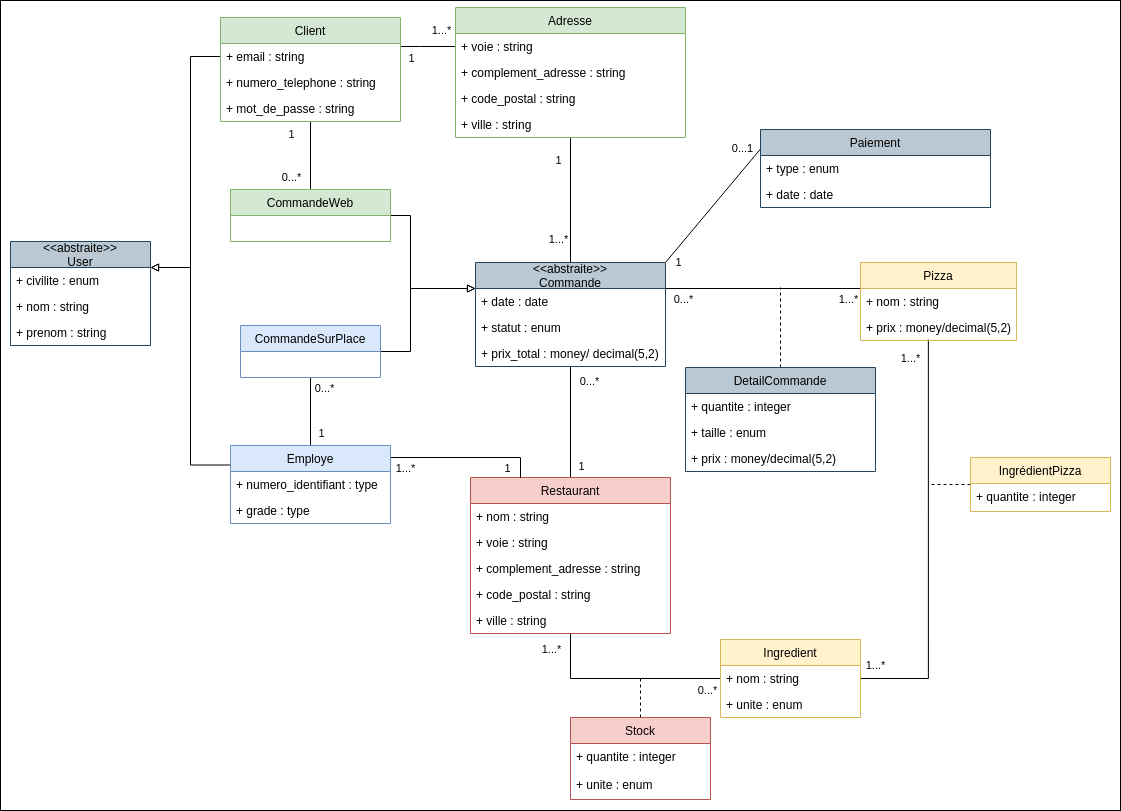
This is P6_classe.png from micktymoon/P6_pelletier_c-line, a draw.io export, as it was before one commit. Source tidied: cells renumbered, new cells last; positions are measured from the earlier drawing's top-left corner, leaving out a move shared by most shapes.
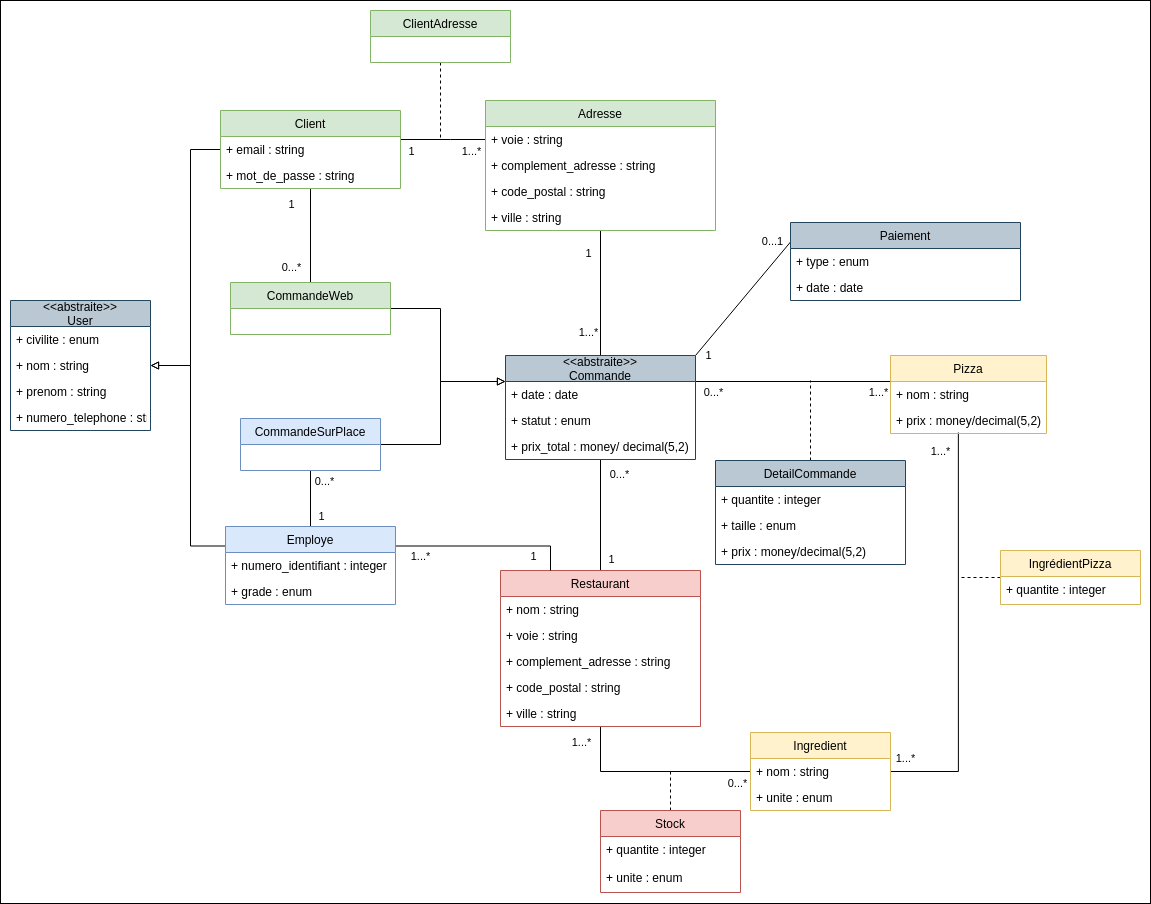
After the commit.

Commit message:
diag classe modifé et MPD fait

The edit, as a diff of the source:
```diff
@@ -3,7 +3,7 @@
     <mxCell id="0" />
     <mxCell id="1" parent="0" />
     <mxCell id="2" style="rounded=0;whiteSpace=wrap;html=1;" parent="1" vertex="1">
-      <mxGeometry width="1120" height="810" as="geometry" />
+      <mxGeometry x="-30" y="-93" width="1150" height="903" as="geometry" />
     </mxCell>
     <mxCell id="3" style="rounded=0;jettySize=auto;html=1;endArrow=none;endFill=0;" parent="1" edge="1" source="65" target="51">
       <mxGeometry relative="1" as="geometry" />
@@ -125,27 +125,25 @@
     </mxCell>
     <mxCell id="27" value="1" style="edgeLabel;html=1;align=center;verticalAlign=middle;" parent="26" vertex="1">
       <mxGeometry x="0.06" relative="1" as="geometry">
-        <mxPoint x="-18" y="11" as="offset" />
+        <mxPoint x="-30.5" y="11" as="offset" />
       </mxGeometry>
     </mxCell>
     <mxCell id="28" value="1...*" style="edgeLabel;html=1;align=center;verticalAlign=middle;" parent="26" vertex="1">
       <mxGeometry y="-2" relative="1" as="geometry">
-        <mxPoint x="14" y="-19" as="offset" />
+        <mxPoint x="32.5" y="9" as="offset" />
       </mxGeometry>
     </mxCell>
-    <mxCell id="29" style="rounded=0;jettySize=auto;html=1;exitX=1;exitY=0.25;exitDx=0;exitDy=0;entryX=0;entryY=0.5;entryDx=0;entryDy=0;endArrow=none;endFill=0;startArrow=block;startFill=0;edgeStyle=orthogonalEdgeStyle;" parent="1" edge="1" source="82" target="49">
+    <mxCell id="29" style="rounded=0;jettySize=auto;html=1;exitX=1;exitY=0.5;exitDx=0;exitDy=0;entryX=0;entryY=0.5;entryDx=0;entryDy=0;endArrow=none;endFill=0;startArrow=block;startFill=0;edgeStyle=elbowEdgeStyle;" parent="1" edge="1" source="84" target="49">
       <mxGeometry relative="1" as="geometry">
         <Array as="points">
-          <mxPoint x="190" y="267" />
-          <mxPoint x="190" y="56" />
+          <mxPoint x="160" y="227" />
         </Array>
       </mxGeometry>
     </mxCell>
-    <mxCell id="30" style="rounded=0;jettySize=auto;html=1;exitX=1;exitY=0.25;exitDx=0;exitDy=0;entryX=0;entryY=0.25;entryDx=0;entryDy=0;startArrow=block;startFill=0;endArrow=none;endFill=0;strokeWidth=1;sourcePerimeterSpacing=0;edgeStyle=orthogonalEdgeStyle;" parent="1" edge="1" source="82" target="59">
+    <mxCell id="30" style="rounded=0;jettySize=auto;html=1;exitX=1;exitY=0.5;exitDx=0;exitDy=0;entryX=0;entryY=0.25;entryDx=0;entryDy=0;startArrow=block;startFill=0;endArrow=none;endFill=0;strokeWidth=1;sourcePerimeterSpacing=0;edgeStyle=elbowEdgeStyle;" parent="1" edge="1" source="84" target="59">
       <mxGeometry relative="1" as="geometry">
         <Array as="points">
-          <mxPoint x="190" y="267" />
-          <mxPoint x="190" y="465" />
+          <mxPoint x="160" y="307" />
         </Array>
       </mxGeometry>
     </mxCell>
@@ -196,26 +194,14 @@
     </mxCell>
     <mxCell id="46" value="0...*" style="edgeLabel;html=1;align=center;verticalAlign=middle;" parent="45" vertex="1">
       <mxGeometry x="-0.06" y="-3" relative="1" as="geometry">
-        <mxPoint x="10" y="-26" as="offset" />
+        <mxPoint x="10" y="-20" as="offset" />
       </mxGeometry>
     </mxCell>
     <mxCell id="47" value="1" style="edgeLabel;html=1;align=center;verticalAlign=middle;" parent="45" vertex="1">
       <mxGeometry x="0.51" y="63" relative="1" as="geometry">
-        <mxPoint x="73" y="38" as="offset" />
+        <mxPoint x="73" y="31" as="offset" />
       </mxGeometry>
     </mxCell>
-    <mxCell id="48" value="Client" style="swimlane;fontStyle=0;horizontal=1;startSize=26;fillColor=#d5e8d4;strokeColor=#82b366;" parent="1" vertex="1">
-      <mxGeometry x="220" y="17" width="180" height="104" as="geometry" />
-    </mxCell>
-    <mxCell id="49" value="+ email : string" style="text;strokeColor=none;fillColor=none;align=left;verticalAlign=top;spacingLeft=4;spacingRight=4;overflow=hidden;points=[[0,0.5],[1,0.5]];portConstraint=eastwest;" parent="48" vertex="1">
-      <mxGeometry y="26" width="180" height="26" as="geometry" />
-    </mxCell>
-    <mxCell id="50" value="+ numero_telephone : string" style="text;strokeColor=none;fillColor=none;align=left;verticalAlign=top;spacingLeft=4;spacingRight=4;overflow=hidden;" parent="48" vertex="1">
-      <mxGeometry y="52" width="180" height="26" as="geometry" />
-    </mxCell>
-    <mxCell id="51" value="+ mot_de_passe : string" style="text;strokeColor=none;fillColor=none;align=left;verticalAlign=top;spacingLeft=4;spacingRight=4;overflow=hidden;points=[[0,0.5],[1,0.5]];portConstraint=eastwest;" parent="48" vertex="1">
-      <mxGeometry y="78" width="180" height="26" as="geometry" />
-    </mxCell>
     <mxCell id="52" style="edgeStyle=none;rounded=0;jettySize=auto;html=1;exitX=1;exitY=0;exitDx=0;exitDy=0;entryX=0;entryY=0.25;entryDx=0;entryDy=0;endArrow=none;endFill=0;" parent="1" edge="1" source="66" target="62">
       <mxGeometry relative="1" as="geometry" />
     </mxCell>
@@ -229,36 +215,19 @@
         <mxPoint x="-9.2" y="-11.6" as="offset" />
       </mxGeometry>
     </mxCell>
-    <mxCell id="55" value="CommandeSurPlace" style="swimlane;fontStyle=0;horizontal=1;startSize=26;fillColor=#dae8fc;strokeColor=#6c8ebf;" parent="1" vertex="1">
-      <mxGeometry x="240" y="325" width="140" height="52" as="geometry" />
-    </mxCell>
-    <mxCell id="56" style="edgeStyle=orthogonalEdgeStyle;rounded=0;jettySize=auto;html=1;exitX=1;exitY=0.25;exitDx=0;exitDy=0;entryX=0.25;entryY=0;entryDx=0;entryDy=0;endArrow=none;endFill=0;" parent="1" edge="1" source="59" target="36">
-      <mxGeometry relative="1" as="geometry">
-        <Array as="points">
-          <mxPoint x="390" y="457" />
-          <mxPoint x="520" y="457" />
-        </Array>
-      </mxGeometry>
+    <mxCell id="56" style="edgeStyle=orthogonalEdgeStyle;rounded=0;jettySize=auto;html=1;exitX=1;exitY=0.25;exitDx=0;exitDy=0;entryX=0.25;entryY=0;entryDx=0;entryDy=0;endArrow=none;endFill=0;elbow=vertical;" parent="1" edge="1" source="59" target="36">
+      <mxGeometry relative="1" as="geometry" />
     </mxCell>
     <mxCell id="57" value="1...*" style="edgeLabel;html=1;align=center;verticalAlign=middle;" parent="56" vertex="1">
       <mxGeometry x="-0.41" y="-3" relative="1" as="geometry">
-        <mxPoint x="-25.5" y="7" as="offset" />
+        <mxPoint x="-29" y="7" as="offset" />
       </mxGeometry>
     </mxCell>
     <mxCell id="58" value="1" style="edgeLabel;html=1;align=center;verticalAlign=middle;" parent="56" vertex="1">
       <mxGeometry x="0.57" y="2" relative="1" as="geometry">
-        <mxPoint y="12" as="offset" />
+        <mxPoint x="-4" y="12" as="offset" />
       </mxGeometry>
     </mxCell>
-    <mxCell id="59" value="Employe" style="swimlane;fontStyle=0;horizontal=1;startSize=26;fillColor=#dae8fc;strokeColor=#6c8ebf;" parent="1" vertex="1">
-      <mxGeometry x="230" y="445" width="160" height="78" as="geometry" />
-    </mxCell>
-    <mxCell id="60" value="+ numero_identifiant : type" style="text;strokeColor=none;fillColor=none;align=left;verticalAlign=top;spacingLeft=4;spacingRight=4;overflow=hidden;" parent="59" vertex="1">
-      <mxGeometry y="26" width="160" height="26" as="geometry" />
-    </mxCell>
-    <mxCell id="61" value="+ grade : type" style="text;strokeColor=none;fillColor=none;align=left;verticalAlign=top;spacingLeft=4;spacingRight=4;overflow=hidden;" parent="59" vertex="1">
-      <mxGeometry y="52" width="160" height="26" as="geometry" />
-    </mxCell>
     <mxCell id="62" value="Paiement" style="swimlane;fontStyle=0;horizontal=1;startSize=26;fillColor=#bac8d3;strokeColor=#23445d;" parent="1" vertex="1">
       <mxGeometry x="760" y="129" width="230" height="78" as="geometry" />
     </mxCell>
@@ -268,9 +237,6 @@
     <mxCell id="64" value="+ date : date" style="text;strokeColor=none;fillColor=none;align=left;verticalAlign=top;spacingLeft=4;spacingRight=4;overflow=hidden;" parent="62" vertex="1">
       <mxGeometry y="52" width="230" height="26" as="geometry" />
     </mxCell>
-    <mxCell id="65" value="CommandeWeb" style="swimlane;fontStyle=0;horizontal=1;startSize=26;fillColor=#d5e8d4;strokeColor=#82b366;" parent="1" vertex="1">
-      <mxGeometry x="230" y="189" width="160" height="52" as="geometry" />
-    </mxCell>
     <mxCell id="66" value="&lt;&lt;abstraite&gt;&gt;&#10;Commande" style="swimlane;fontStyle=0;horizontal=1;startSize=26;fillColor=#bac8d3;strokeColor=#23445d;" parent="1" vertex="1">
       <mxGeometry x="475" y="262" width="190" height="104" as="geometry" />
     </mxCell>
@@ -319,8 +285,23 @@
     <mxCell id="81" value="+ quantite : integer" style="text;strokeColor=none;fillColor=none;align=left;verticalAlign=top;spacingLeft=4;spacingRight=4;overflow=hidden;" parent="80" vertex="1">
       <mxGeometry y="26" width="140" height="28" as="geometry" />
     </mxCell>
+    <mxCell id="48" value="Client" style="swimlane;fontStyle=0;horizontal=1;startSize=26;fillColor=#d5e8d4;strokeColor=#82b366;" parent="1" vertex="1">
+      <mxGeometry x="190" y="17" width="180" height="78" as="geometry" />
+    </mxCell>
+    <mxCell id="49" value="+ email : string" style="text;strokeColor=none;fillColor=none;align=left;verticalAlign=top;spacingLeft=4;spacingRight=4;overflow=hidden;points=[[0,0.5],[1,0.5]];portConstraint=eastwest;" parent="48" vertex="1">
+      <mxGeometry y="26" width="180" height="26" as="geometry" />
+    </mxCell>
+    <mxCell id="51" value="+ mot_de_passe : string" style="text;strokeColor=none;fillColor=none;align=left;verticalAlign=top;spacingLeft=4;spacingRight=4;overflow=hidden;points=[[0,0.5],[1,0.5]];portConstraint=eastwest;" parent="48" vertex="1">
+      <mxGeometry y="52" width="180" height="26" as="geometry" />
+    </mxCell>
+    <mxCell id="55" value="CommandeSurPlace" style="swimlane;fontStyle=0;horizontal=1;startSize=26;fillColor=#dae8fc;strokeColor=#6c8ebf;" parent="1" vertex="1">
+      <mxGeometry x="210" y="325" width="140" height="52" as="geometry" />
+    </mxCell>
+    <mxCell id="65" value="CommandeWeb" style="swimlane;fontStyle=0;horizontal=1;startSize=26;fillColor=#d5e8d4;strokeColor=#82b366;" parent="1" vertex="1">
+      <mxGeometry x="200" y="189" width="160" height="52" as="geometry" />
+    </mxCell>
     <mxCell id="82" value="&lt;&lt;abstraite&gt;&gt;&#10;User" style="swimlane;fontStyle=0;horizontal=1;startSize=26;fillColor=#bac8d3;strokeColor=#23445d;" parent="1" vertex="1">
-      <mxGeometry x="10" y="241" width="140" height="104" as="geometry" />
+      <mxGeometry x="-20" y="207" width="140" height="130" as="geometry" />
     </mxCell>
     <mxCell id="83" value="+ civilite : enum" style="text;strokeColor=none;fillColor=none;align=left;verticalAlign=top;spacingLeft=4;spacingRight=4;overflow=hidden;" parent="82" vertex="1">
       <mxGeometry y="26" width="140" height="26" as="geometry" />
@@ -331,5 +312,25 @@
     <mxCell id="85" value="+ prenom : string" style="text;strokeColor=none;fillColor=none;align=left;verticalAlign=top;spacingLeft=4;spacingRight=4;overflow=hidden;" parent="82" vertex="1">
       <mxGeometry y="78" width="140" height="26" as="geometry" />
     </mxCell>
+    <mxCell id="50" value="+ numero_telephone : string" style="text;strokeColor=none;fillColor=none;align=left;verticalAlign=top;spacingLeft=4;spacingRight=4;overflow=hidden;" parent="82" vertex="1">
+      <mxGeometry y="104" width="140" height="26" as="geometry" />
+    </mxCell>
+    <mxCell id="59" value="Employe" style="swimlane;fontStyle=0;horizontal=1;startSize=26;fillColor=#dae8fc;strokeColor=#6c8ebf;" parent="1" vertex="1">
+      <mxGeometry x="195" y="433" width="170" height="78" as="geometry" />
+    </mxCell>
+    <mxCell id="60" value="+ numero_identifiant : integer" style="text;strokeColor=none;fillColor=none;align=left;verticalAlign=top;spacingLeft=4;spacingRight=4;overflow=hidden;" parent="59" vertex="1">
+      <mxGeometry y="26" width="170" height="26" as="geometry" />
+    </mxCell>
+    <mxCell id="61" value="+ grade : enum" style="text;strokeColor=none;fillColor=none;align=left;verticalAlign=top;spacingLeft=4;spacingRight=4;overflow=hidden;" parent="59" vertex="1">
+      <mxGeometry y="52" width="170" height="26" as="geometry" />
+    </mxCell>
+    <mxCell id="86" style="edgeStyle=orthogonalEdgeStyle;rounded=0;jettySize=auto;html=1;exitX=0.5;exitY=1;exitDx=0;exitDy=0;dashed=1;endArrow=none;endFill=0;" parent="1" edge="1" source="87">
+      <mxGeometry relative="1" as="geometry">
+        <mxPoint x="410" y="47" as="targetPoint" />
+      </mxGeometry>
+    </mxCell>
+    <mxCell id="87" value="ClientAdresse" style="swimlane;fontStyle=0;horizontal=1;startSize=26;fillColor=#d5e8d4;strokeColor=#82b366;" parent="1" vertex="1">
+      <mxGeometry x="340" y="-83" width="140" height="52" as="geometry" />
+    </mxCell>
   </root>
 </mxGraphModel>
```
